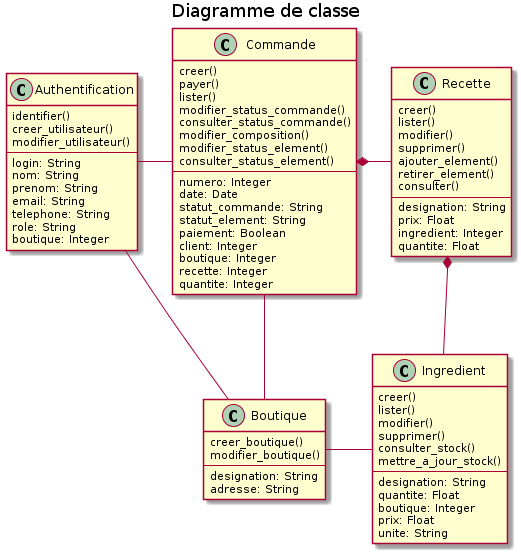
Before: doc/img/06_Class_diagram.png, a diagram exported from PlantUML (Zepmanbc/oc_dapython_pr6).
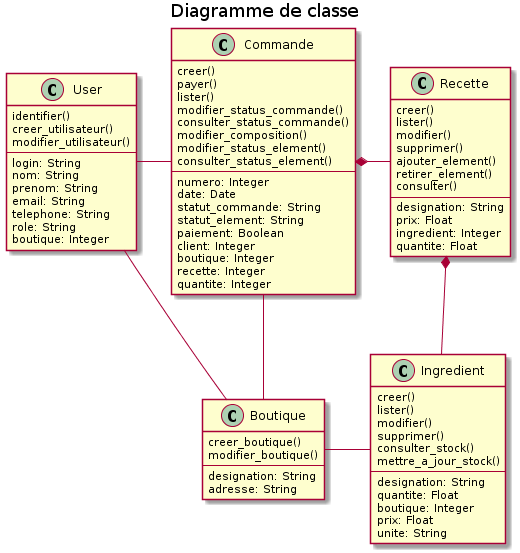
After the change.

Commit message:
mise a jour de authentification => user dans les diagrammes

The edit, as a diff of the source:
```diff
@@ -52,7 +52,7 @@
     unite: String
 }
 
-class Authentification{
+class User{
     identifier()
     creer_utilisateur()
     modifier_utilisateur()
@@ -78,8 +78,8 @@
 
 Recette *-- Ingredient
 
-Authentification - Commande
-Authentification - Boutique
+User - Commande
+User - Boutique
 Commande -- Boutique
 
 Boutique - Ingredient
```
